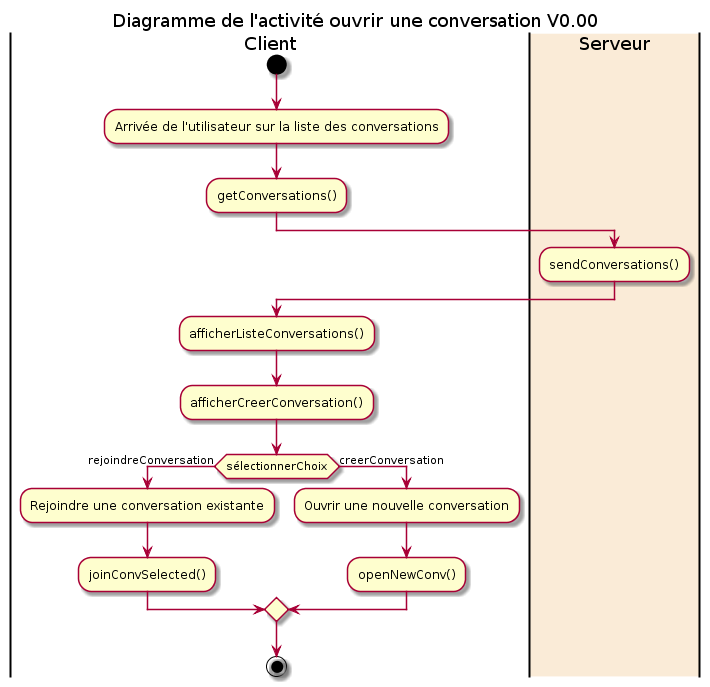
Above: DC/diagrammes/activity-convList-diag.png in gdarchen/WhatsASI (PlantUML), before the change.
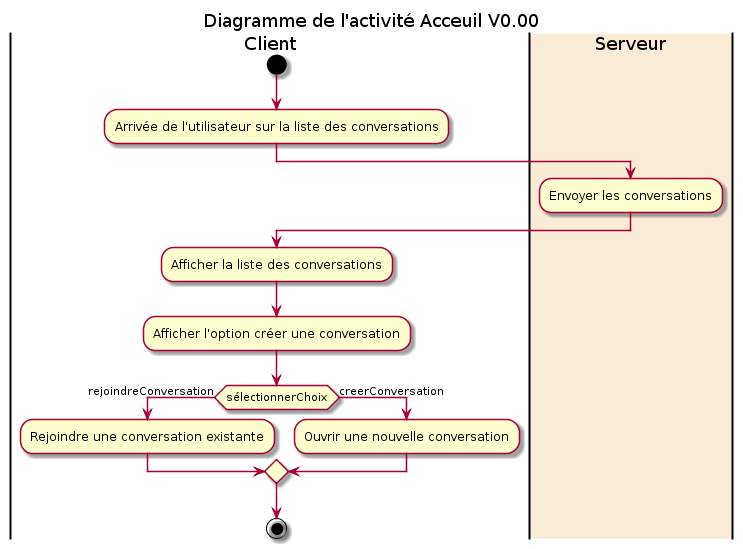
Above is the later version.

The edit, as a diff of the source:
```diff
@@ -1,21 +1,18 @@
 @startuml
-title Diagramme de l'activité ouvrir une conversation V0.00
+title Diagramme de l'activité Acceuil V0.00
 
 |Client|
 start
 :Arrivée de l'utilisateur sur la liste des conversations;
-:getConversations();
 |#AntiqueWhite|Serveur|
-:sendConversations();
+:Envoyer les conversations;
 |Client|
-:afficherListeConversations();
-:afficherCreerConversation();
+:Afficher la liste des conversations;
+:Afficher l'option créer une conversation;
 if (sélectionnerChoix) then (rejoindreConversation)
   :Rejoindre une conversation existante;
-  :joinConvSelected();
  else (creerConversation)
    :Ouvrir une nouvelle conversation;
-   :openNewConv();
 endif
 
 stop
```
